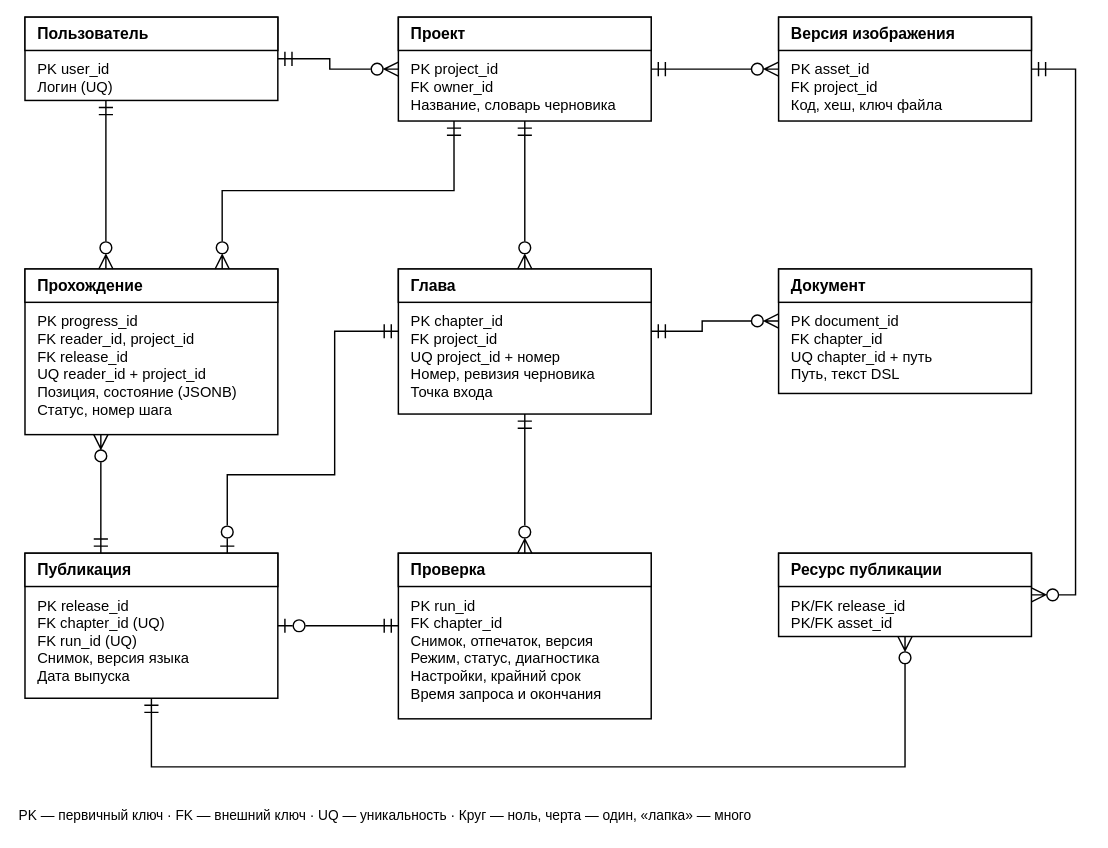
paltovkletku/s7_vkr keeps this draw.io diagram as assets/data.drawio. Above is the earlier version. Source tidied: cells renumbered, new cells numbered last; positions are measured from the earlier drawing's top-left corner, leaving out a move shared by most shapes. Both pictures are drawn from the tidied source at 98%, with x=0, y=0 at pixel (17, 17).
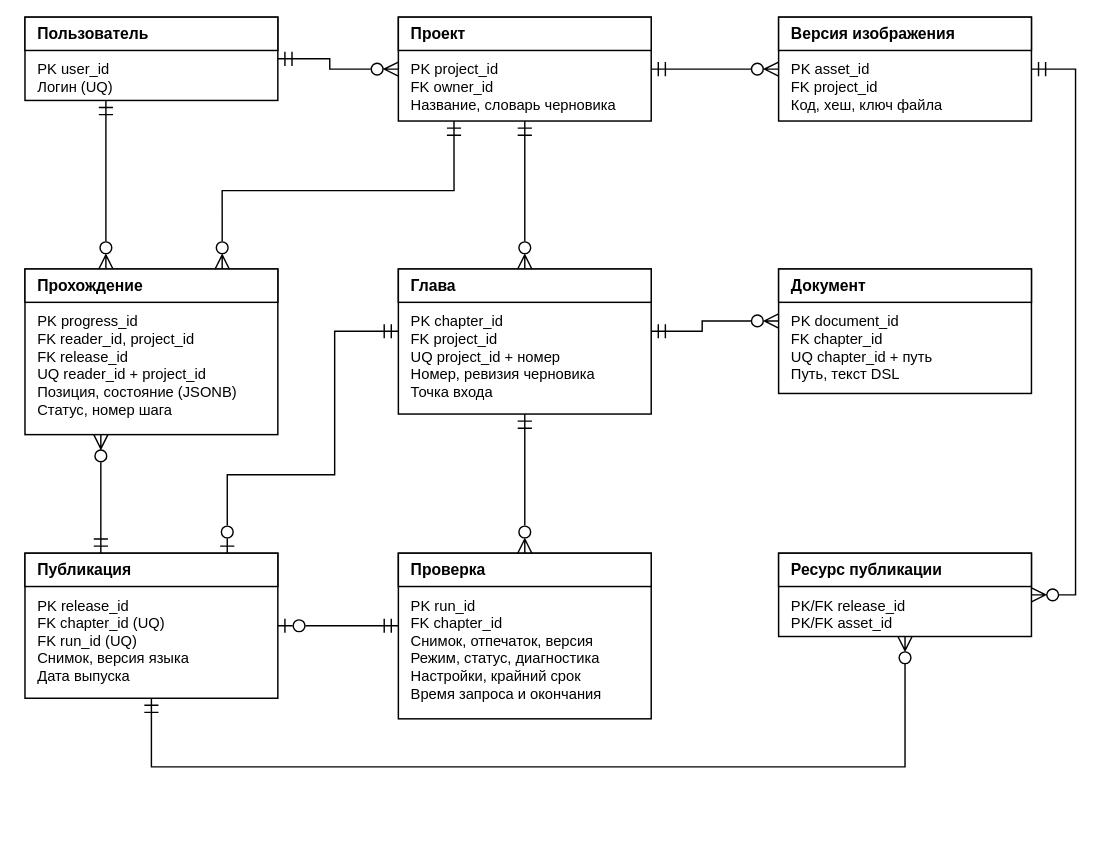
The same diagram, later.

Commit message (it also covers changes not shown here):
Убрать легенду с ER-диаграммы

Change to the diagram source:
```diff
@@
-    <mxCell id="41" value="PK — первичный ключ     ·     FK — внешний ключ     ·     UQ — уникальность     ·     Круг — ноль, черта — один, «лапка» — много" style="html=1;whiteSpace=wrap;strokeWidth=1.5;fontSize=16;fontFamily=Arial;fontColor=#000000;strokeColor=#000000;fillColor=#ffffff;text;strokeColor=none;fillColor=none;align=center;verticalAlign=middle;fontSize=14;align=left;" parent="1" vertex="1">
-      <mxGeometry y="800" width="1060" height="30" as="geometry" />
-    </mxCell>
```
